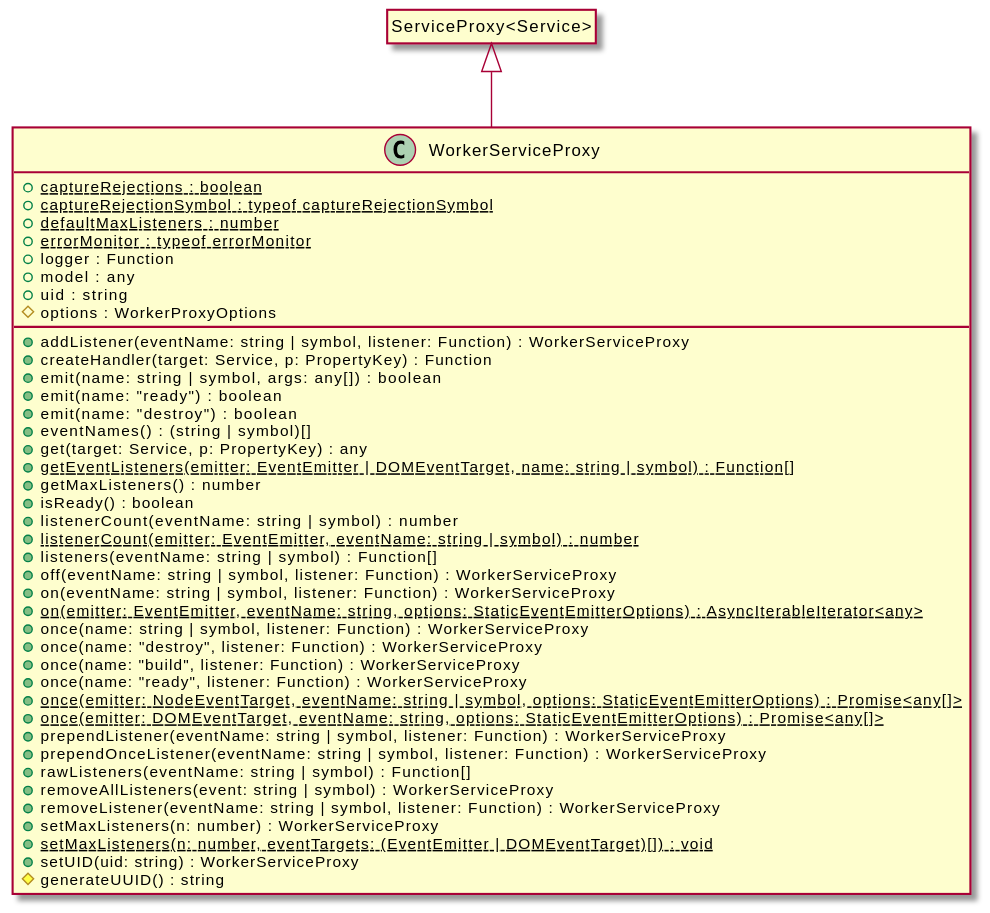
OpenHPS/openhps-core keeps this PlantUML diagram as assets/WorkerServiceProxy-umlClassDiagram-7474.svg. Above is the earlier version. Its diagram source:
```plantuml
@startuml
skinparam BackgroundColor transparent
hide empty methods
hide empty fields
class "WorkerServiceProxy" {
    {static} +captureRejections : boolean
    {static} +captureRejectionSymbol : typeof captureRejectionSymbol
    {static} +defaultMaxListeners : number
    {static} +errorMonitor : typeof errorMonitor
    +logger : Function
    +model : any
    +uid : string
    #options : WorkerProxyOptions
    +addListener(eventName: string | symbol, listener: Function) : WorkerServiceProxy
    +createHandler(target: Service, p: PropertyKey) : Function
    +emit(name: string | symbol, args: any[]) : boolean
    +emit(name: "ready") : boolean
    +emit(name: "destroy") : boolean
    +eventNames() : (string | symbol)[]
    +get(target: Service, p: PropertyKey) : any
    {static} +getEventListeners(emitter: EventEmitter | DOMEventTarget, name: string | symbol) : Function[]
    +getMaxListeners() : number
    +isReady() : boolean
    +listenerCount(eventName: string | symbol) : number
    {static} +listenerCount(emitter: EventEmitter, eventName: string | symbol) : number
    +listeners(eventName: string | symbol) : Function[]
    +off(eventName: string | symbol, listener: Function) : WorkerServiceProxy
    +on(eventName: string | symbol, listener: Function) : WorkerServiceProxy
    {static} +on(emitter: EventEmitter, eventName: string, options: StaticEventEmitterOptions) : AsyncIterableIterator<any>
    +once(name: string | symbol, listener: Function) : WorkerServiceProxy
    +once(name: "destroy", listener: Function) : WorkerServiceProxy
    +once(name: "build", listener: Function) : WorkerServiceProxy
    +once(name: "ready", listener: Function) : WorkerServiceProxy
    {static} +once(emitter: NodeEventTarget, eventName: string | symbol, options: StaticEventEmitterOptions) : Promise<any[]>
    {static} +once(emitter: DOMEventTarget, eventName: string, options: StaticEventEmitterOptions) : Promise<any[]>
    +prependListener(eventName: string | symbol, listener: Function) : WorkerServiceProxy
    +prependOnceListener(eventName: string | symbol, listener: Function) : WorkerServiceProxy
    +rawListeners(eventName: string | symbol) : Function[]
    +removeAllListeners(event: string | symbol) : WorkerServiceProxy
    +removeListener(eventName: string | symbol, listener: Function) : WorkerServiceProxy
    +setMaxListeners(n: number) : WorkerServiceProxy
    {static} +setMaxListeners(n: number, eventTargets: (EventEmitter | DOMEventTarget)[]) : void
    +setUID(uid: string) : WorkerServiceProxy
    #generateUUID() : string
}
class "ServiceProxy<Service>"
hide "ServiceProxy<Service>" circle
"ServiceProxy<Service>" <|-- "WorkerServiceProxy"
@enduml
```
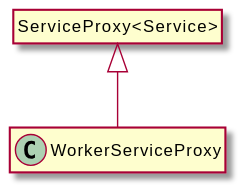
After the change.

Diff of the diagram source:
```diff
@@ -3,45 +3,6 @@
 hide empty methods
 hide empty fields
 class "WorkerServiceProxy" {
-    {static} +captureRejections : boolean
-    {static} +captureRejectionSymbol : typeof captureRejectionSymbol
-    {static} +defaultMaxListeners : number
-    {static} +errorMonitor : typeof errorMonitor
-    +logger : Function
-    +model : any
-    +uid : string
-    #options : WorkerProxyOptions
-    +addListener(eventName: string | symbol, listener: Function) : WorkerServiceProxy
-    +createHandler(target: Service, p: PropertyKey) : Function
-    +emit(name: string | symbol, args: any[]) : boolean
-    +emit(name: "ready") : boolean
-    +emit(name: "destroy") : boolean
-    +eventNames() : (string | symbol)[]
-    +get(target: Service, p: PropertyKey) : any
-    {static} +getEventListeners(emitter: EventEmitter | DOMEventTarget, name: string | symbol) : Function[]
-    +getMaxListeners() : number
-    +isReady() : boolean
-    +listenerCount(eventName: string | symbol) : number
-    {static} +listenerCount(emitter: EventEmitter, eventName: string | symbol) : number
-    +listeners(eventName: string | symbol) : Function[]
-    +off(eventName: string | symbol, listener: Function) : WorkerServiceProxy
-    +on(eventName: string | symbol, listener: Function) : WorkerServiceProxy
-    {static} +on(emitter: EventEmitter, eventName: string, options: StaticEventEmitterOptions) : AsyncIterableIterator<any>
-    +once(name: string | symbol, listener: Function) : WorkerServiceProxy
-    +once(name: "destroy", listener: Function) : WorkerServiceProxy
-    +once(name: "build", listener: Function) : WorkerServiceProxy
-    +once(name: "ready", listener: Function) : WorkerServiceProxy
-    {static} +once(emitter: NodeEventTarget, eventName: string | symbol, options: StaticEventEmitterOptions) : Promise<any[]>
-    {static} +once(emitter: DOMEventTarget, eventName: string, options: StaticEventEmitterOptions) : Promise<any[]>
-    +prependListener(eventName: string | symbol, listener: Function) : WorkerServiceProxy
-    +prependOnceListener(eventName: string | symbol, listener: Function) : WorkerServiceProxy
-    +rawListeners(eventName: string | symbol) : Function[]
-    +removeAllListeners(event: string | symbol) : WorkerServiceProxy
-    +removeListener(eventName: string | symbol, listener: Function) : WorkerServiceProxy
-    +setMaxListeners(n: number) : WorkerServiceProxy
-    {static} +setMaxListeners(n: number, eventTargets: (EventEmitter | DOMEventTarget)[]) : void
-    +setUID(uid: string) : WorkerServiceProxy
-    #generateUUID() : string
 }
 class "ServiceProxy<Service>"
 hide "ServiceProxy<Service>" circle
```
